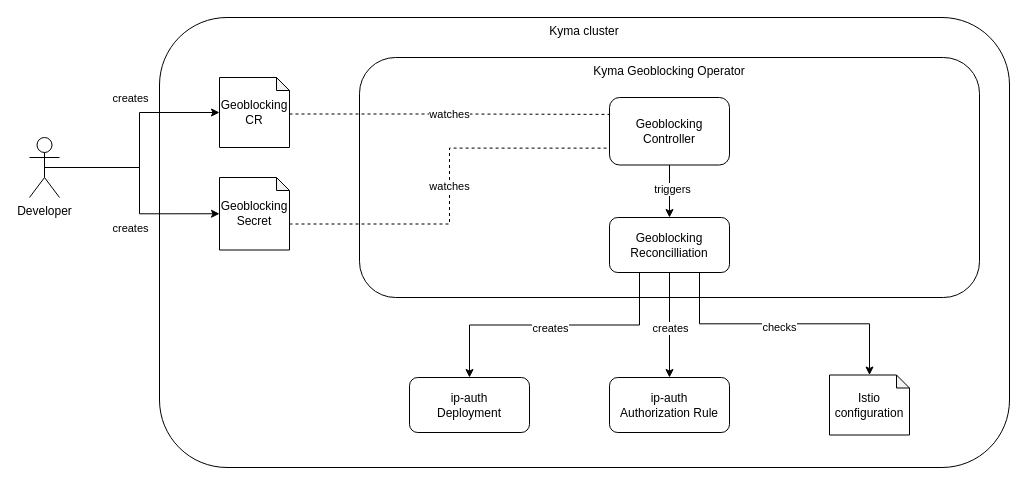
Earlier version of the draw.io diagram docs/assets/geoblocking-cr-controller.drawio (kyma-project/istio). Source tidied: cells renumbered, new cells numbered last; positions are measured from the earlier drawing's top-left corner, leaving out a move shared by most shapes. Both pictures are drawn from the tidied source at 100%, with x=0, y=0 at pixel (29, 17).
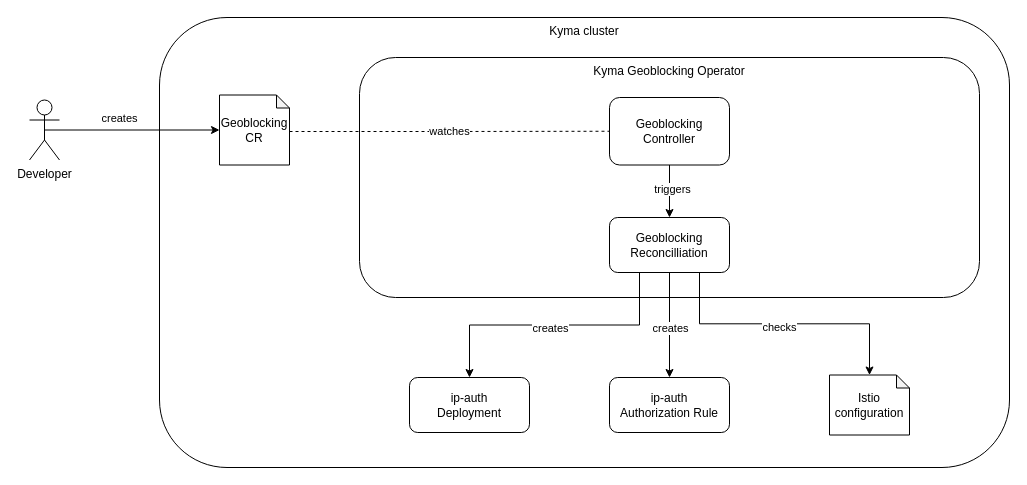
The same page after the edit.

Commit message (it also covers changes not shown here):
Geoblocking ADR update

Unchanged cells that the change refers to:
```xml
<mxCell id="7" style="edgeStyle=orthogonalEdgeStyle;rounded=0;jettySize=auto;html=1;exitX=0.5;exitY=0.5;exitDx=0;exitDy=0;exitPerimeter=0;entryX=0;entryY=0.5;entryDx=0;entryDy=0;entryPerimeter=0;" parent="1" edge="1" source="4" target="6">
  <mxGeometry relative="1" as="geometry" />
</mxCell>
<mxCell id="11" value="Geoblocking Controller" style="rounded=1;whiteSpace=wrap;html=1;" parent="1" vertex="1">
  <mxGeometry x="580" y="80" width="120" height="67.5" as="geometry" />
</mxCell>
```

What changed in the source:
```diff
@@
     <mxCell id="4" value="Developer" style="shape=umlActor;verticalLabelPosition=bottom;verticalAlign=top;html=1;outlineConnect=0;" parent="1" vertex="1">
-      <mxGeometry y="120" width="30" height="60" as="geometry" />
+      <mxGeometry y="82.5" width="30" height="60" as="geometry" />
     </mxCell>
-    <mxCell id="5" value="watches" style="edgeStyle=orthogonalEdgeStyle;rounded=0;jettySize=auto;html=1;exitX=0;exitY=0;exitDx=70;exitDy=36.5;exitPerimeter=0;dashed=1;endArrow=none;endFill=0;entryX=0;entryY=0.25;entryDx=0;entryDy=0;" parent="1" edge="1" source="6" target="11">
+    <mxCell id="5" value="watches" style="edgeStyle=orthogonalEdgeStyle;rounded=0;jettySize=auto;html=1;exitX=0;exitY=0;exitDx=70;exitDy=36.5;exitPerimeter=0;dashed=1;endArrow=none;endFill=0;entryX=0;entryY=0.5;entryDx=0;entryDy=0;" parent="1" edge="1" source="6" target="11">
       <mxGeometry relative="1" as="geometry" />
     </mxCell>
     <mxCell id="6" value="Geoblocking CR" style="shape=note;whiteSpace=wrap;html=1;backgroundOutline=1;darkOpacity=0.05;size=13;" parent="1" vertex="1">
-      <mxGeometry x="190" y="60" width="70" height="70" as="geometry" />
+      <mxGeometry x="190" y="77.5" width="70" height="70" as="geometry" />
     </mxCell>
@@
     <mxCell id="8" value="creates" style="edgeLabel;html=1;align=center;verticalAlign=middle;" parent="7" vertex="1">
       <mxGeometry x="0.03" y="-1" relative="1" as="geometry">
-        <mxPoint x="-11" y="-47" as="offset" />
+        <mxPoint x="-15" y="-13" as="offset" />
       </mxGeometry>
     </mxCell>
@@
-    <mxCell id="22" value="Geoblocking Secret" style="shape=note;whiteSpace=wrap;html=1;backgroundOutline=1;darkOpacity=0.05;size=13;" parent="1" vertex="1">
-      <mxGeometry x="190" y="160" width="70" height="72.5" as="geometry" />
-    </mxCell>
-    <mxCell id="23" style="edgeStyle=orthogonalEdgeStyle;rounded=0;jettySize=auto;html=1;exitX=0.5;exitY=0.5;exitDx=0;exitDy=0;exitPerimeter=0;entryX=0;entryY=0.5;entryDx=0;entryDy=0;entryPerimeter=0;" parent="1" edge="1" source="4" target="22">
-      <mxGeometry relative="1" as="geometry" />
-    </mxCell>
-    <mxCell id="24" value="watches" style="edgeStyle=orthogonalEdgeStyle;rounded=0;jettySize=auto;html=1;exitX=0;exitY=0;exitDx=70;exitDy=46.5;exitPerimeter=0;dashed=1;endArrow=none;endFill=0;entryX=0;entryY=0.75;entryDx=0;entryDy=0;" parent="1" edge="1" source="22" target="11">
-      <mxGeometry relative="1" as="geometry" />
-    </mxCell>
-    <mxCell id="25" value="creates" style="edgeLabel;html=1;align=center;verticalAlign=middle;" parent="1" vertex="1">
-      <mxGeometry x="100" y="210" as="geometry" />
-    </mxCell>
```
